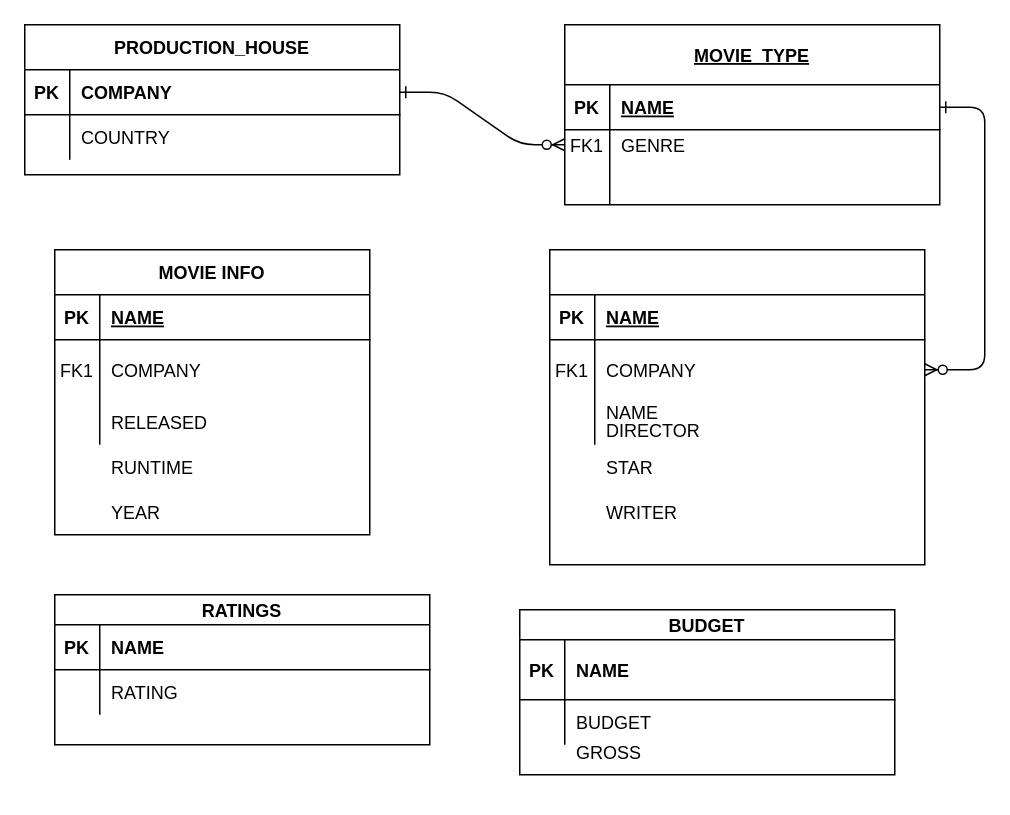
The draw.io diagram Untitled Diagram.drawio in ashlesha10/66daysofdata, before the edit. Source tidied: cells renumbered, new cells numbered last; positions are measured from the earlier drawing's top-left corner, leaving out a move shared by most shapes. Both pictures are drawn from the tidied source at 150%, with x=0, y=0 at pixel (24, 24).
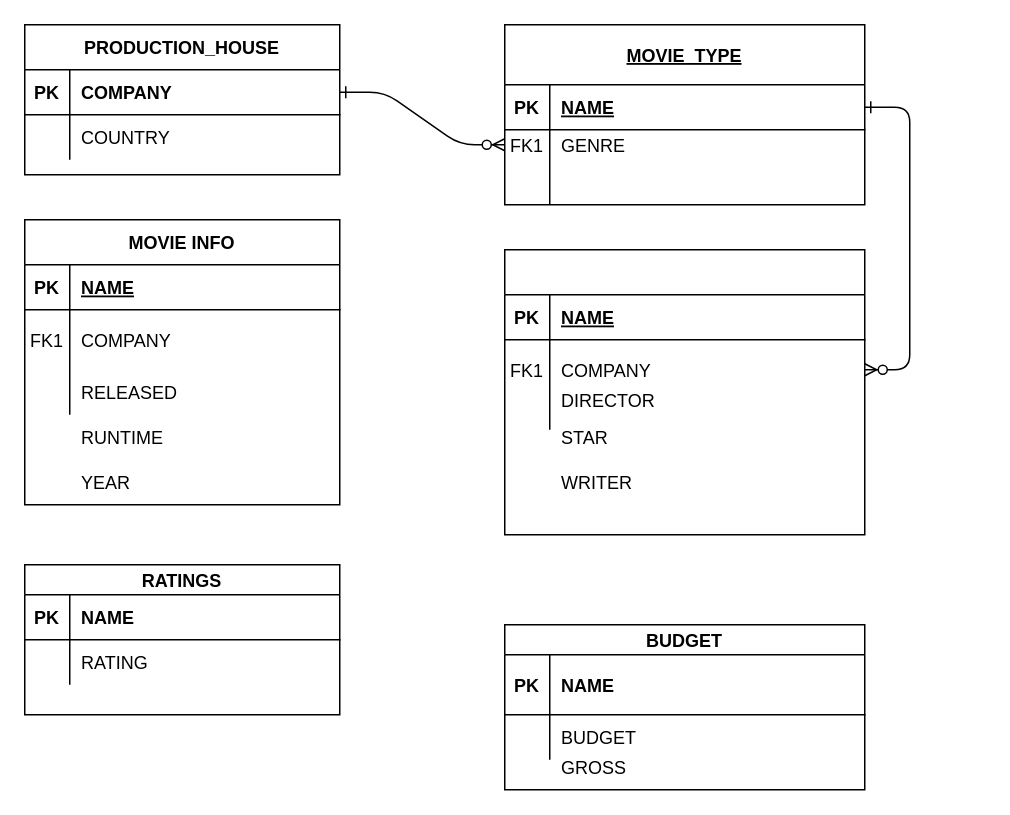
After the change.

What changed in the source:
```diff
@@
     <mxCell id="4" value="MOVIE_TYPE" style="shape=table;startSize=40;childLayout=tableLayout;rowLines=0;fontStyle=5;align=center;" parent="1" vertex="1">
-      <mxGeometry x="360" width="250" height="120" as="geometry" />
+      <mxGeometry x="320" width="240" height="120" as="geometry" />
     </mxCell>
     <mxCell id="5" style="shape=partialRectangle;fillColor=none;points=[[0,0.5],[1,0.5]];portConstraint=eastwest;top=0;left=0;right=0;bottom=1;" parent="4" vertex="1">
-      <mxGeometry y="40" width="250" height="30" as="geometry" />
+      <mxGeometry y="40" width="240" height="30" as="geometry" />
     </mxCell>
@@
     <mxCell id="7" value="NAME" style="shape=partialRectangle;overflow=hidden;fillColor=none;top=0;left=0;bottom=0;right=0;align=left;spacingLeft=6;fontStyle=5;" parent="5" vertex="1">
-      <mxGeometry x="30" width="220" height="30" as="geometry" />
+      <mxGeometry x="30" width="210" height="30" as="geometry" />
     </mxCell>
     <mxCell id="8" style="shape=partialRectangle;fillColor=none;points=[[0,0.5],[1,0.5]];portConstraint=eastwest;top=0;left=0;right=0;bottom=0;" parent="4" vertex="1">
-      <mxGeometry y="70" width="250" height="20" as="geometry" />
+      <mxGeometry y="70" width="240" height="20" as="geometry" />
     </mxCell>
@@
     <mxCell id="10" value="GENRE" style="shape=partialRectangle;overflow=hidden;fillColor=none;top=0;left=0;bottom=0;right=0;align=left;spacingLeft=6;" parent="8" vertex="1">
-      <mxGeometry x="30" width="220" height="20" as="geometry" />
+      <mxGeometry x="30" width="210" height="20" as="geometry" />
     </mxCell>
     <mxCell id="11" style="shape=partialRectangle;fillColor=none;top=0;left=0;right=0;bottom=0;" parent="4" vertex="1">
-      <mxGeometry y="90" width="250" height="30" as="geometry" />
+      <mxGeometry y="90" width="240" height="30" as="geometry" />
     </mxCell>
@@
     <mxCell id="13" style="shape=partialRectangle;overflow=hidden;fillColor=none;top=0;left=0;bottom=0;right=0;align=left;spacingLeft=6;" parent="11" vertex="1">
-      <mxGeometry x="30" width="220" height="30" as="geometry" />
+      <mxGeometry x="30" width="210" height="30" as="geometry" />
     </mxCell>
     <mxCell id="14" style="shape=table;startSize=30;childLayout=tableLayout;rowLines=0;fontStyle=1;align=center;" parent="1" vertex="1">
-      <mxGeometry x="350" y="150" width="250" height="210" as="geometry" />
+      <mxGeometry x="320" y="150" width="240" height="190" as="geometry" />
     </mxCell>
     <mxCell id="15" style="shape=partialRectangle;fillColor=none;top=0;left=0;right=0;bottom=1;" parent="14" vertex="1">
-      <mxGeometry y="30" width="250" height="30" as="geometry" />
+      <mxGeometry y="30" width="240" height="30" as="geometry" />
     </mxCell>
@@
     <mxCell id="17" value="NAME" style="shape=partialRectangle;overflow=hidden;fillColor=none;top=0;left=0;bottom=0;right=0;align=left;spacingLeft=6;fontStyle=5;" parent="15" vertex="1">
-      <mxGeometry x="30" width="220" height="30" as="geometry" />
+      <mxGeometry x="30" width="210" height="30" as="geometry" />
     </mxCell>
     <mxCell id="18" style="shape=partialRectangle;fillColor=none;points=[[0,0.5],[1,0.5]];portConstraint=eastwest;top=0;left=0;right=0;bottom=0;" parent="14" vertex="1">
-      <mxGeometry y="60" width="250" height="40" as="geometry" />
+      <mxGeometry y="60" width="240" height="40" as="geometry" />
     </mxCell>
@@
     <mxCell id="20" value="COMPANY" style="shape=partialRectangle;overflow=hidden;fillColor=none;top=0;left=0;bottom=0;right=0;align=left;spacingLeft=6;" parent="18" vertex="1">
-      <mxGeometry x="30" width="220" height="40" as="geometry" />
+      <mxGeometry x="30" width="210" height="40" as="geometry" />
     </mxCell>
     <mxCell id="21" style="shape=partialRectangle;fillColor=none;top=0;left=0;right=0;bottom=0;" parent="14" vertex="1">
-      <mxGeometry y="100" width="250" height="30" as="geometry" />
+      <mxGeometry y="100" width="240" height="20" as="geometry" />
     </mxCell>
     <mxCell id="22" style="shape=partialRectangle;overflow=hidden;fillColor=none;top=0;left=0;bottom=0;right=0;" parent="21" vertex="1">
-      <mxGeometry width="30" height="30" as="geometry" />
+      <mxGeometry width="30" height="20" as="geometry" />
     </mxCell>
-    <mxCell id="23" value="NAME&#10;" style="shape=partialRectangle;overflow=hidden;fillColor=none;top=0;left=0;bottom=0;right=0;align=left;spacingLeft=6;" parent="21" vertex="1">
-      <mxGeometry x="30" width="220" height="30" as="geometry" />
+    <mxCell id="23" style="shape=partialRectangle;overflow=hidden;fillColor=none;top=0;left=0;bottom=0;right=0;align=left;spacingLeft=6;" parent="21" vertex="1">
+      <mxGeometry x="30" width="210" height="20" as="geometry" />
     </mxCell>
     <mxCell id="24" value="PRODUCTION_HOUSE" style="shape=table;startSize=30;childLayout=tableLayout;rowLines=0;fontStyle=1;align=center;" parent="1" vertex="1">
-      <mxGeometry width="250" height="100" as="geometry" />
+      <mxGeometry width="210" height="100" as="geometry" />
     </mxCell>
     <mxCell id="25" style="shape=partialRectangle;fillColor=none;points=[[0,0.5],[1,0.5]];portConstraint=eastwest;top=0;left=0;right=0;bottom=1;" parent="24" vertex="1">
-      <mxGeometry y="30" width="250" height="30" as="geometry" />
+      <mxGeometry y="30" width="210" height="30" as="geometry" />
     </mxCell>
@@
     <mxCell id="27" value="COMPANY" style="shape=partialRectangle;overflow=hidden;fillColor=none;top=0;left=0;bottom=0;right=0;align=left;spacingLeft=6;fontStyle=1;" parent="25" vertex="1">
-      <mxGeometry x="30" width="220" height="30" as="geometry" />
+      <mxGeometry x="30" width="180" height="30" as="geometry" />
     </mxCell>
     <mxCell id="28" style="shape=partialRectangle;fillColor=none;top=0;left=0;right=0;bottom=0;" parent="24" vertex="1">
-      <mxGeometry y="60" width="250" height="30" as="geometry" />
+      <mxGeometry y="60" width="210" height="30" as="geometry" />
     </mxCell>
@@
     <mxCell id="30" value="COUNTRY" style="shape=partialRectangle;overflow=hidden;fillColor=none;top=0;left=0;bottom=0;right=0;align=left;spacingLeft=6;" parent="28" vertex="1">
-      <mxGeometry x="30" width="220" height="30" as="geometry" />
+      <mxGeometry x="30" width="180" height="30" as="geometry" />
     </mxCell>
     <mxCell id="31" value="DIRECTOR" style="shape=partialRectangle;overflow=hidden;fillColor=none;top=0;left=0;bottom=0;right=0;align=left;spacingLeft=6;" parent="1" vertex="1">
-      <mxGeometry x="380" y="255" width="230" height="30" as="geometry" />
+      <mxGeometry x="350" y="235" width="230" height="30" as="geometry" />
     </mxCell>
     <mxCell id="32" value="STAR" style="shape=partialRectangle;overflow=hidden;fillColor=none;top=0;left=0;bottom=0;right=0;align=left;spacingLeft=6;" parent="1" vertex="1">
-      <mxGeometry x="380" y="280" width="230" height="30" as="geometry" />
+      <mxGeometry x="350" y="260" width="230" height="30" as="geometry" />
     </mxCell>
     <mxCell id="33" value="WRITER" style="shape=partialRectangle;overflow=hidden;fillColor=none;top=0;left=0;bottom=0;right=0;align=left;spacingLeft=6;" parent="1" vertex="1">
-      <mxGeometry x="380" y="310" width="230" height="30" as="geometry" />
+      <mxGeometry x="350" y="290" width="230" height="30" as="geometry" />
     </mxCell>
     <mxCell id="34" value="MOVIE INFO" style="shape=table;startSize=30;childLayout=tableLayout;rowLines=0;fontStyle=1;align=center;" parent="1" vertex="1">
-      <mxGeometry x="20" y="150" width="210" height="190" as="geometry" />
+      <mxGeometry y="130" width="210" height="190" as="geometry" />
     </mxCell>
@@
     <mxCell id="44" value="RUNTIME" style="shape=partialRectangle;overflow=hidden;fillColor=none;top=0;left=0;bottom=0;right=0;align=left;spacingLeft=6;" parent="1" vertex="1">
-      <mxGeometry x="50" y="280" width="220" height="30" as="geometry" />
+      <mxGeometry x="30" y="260" width="220" height="30" as="geometry" />
     </mxCell>
     <mxCell id="45" value="YEAR" style="shape=partialRectangle;overflow=hidden;fillColor=none;top=0;left=0;bottom=0;right=0;align=left;spacingLeft=6;" parent="1" vertex="1">
-      <mxGeometry x="50" y="310" width="220" height="30" as="geometry" />
+      <mxGeometry x="30" y="290" width="220" height="30" as="geometry" />
     </mxCell>
     <mxCell id="46" value="RATINGS" style="shape=table;startSize=20;childLayout=tableLayout;rowLines=0;fontStyle=1;align=center;" parent="1" vertex="1">
-      <mxGeometry x="20" y="380" width="250" height="100" as="geometry" />
+      <mxGeometry y="360" width="210" height="100" as="geometry" />
     </mxCell>
     <mxCell id="47" style="shape=partialRectangle;fillColor=none;top=0;left=0;right=0;bottom=1;" parent="46" vertex="1">
-      <mxGeometry y="20" width="250" height="30" as="geometry" />
+      <mxGeometry y="20" width="210" height="30" as="geometry" />
     </mxCell>
@@
     <mxCell id="49" value="NAME" style="shape=partialRectangle;overflow=hidden;fillColor=none;top=0;left=0;bottom=0;right=0;align=left;spacingLeft=6;fontStyle=1;" parent="47" vertex="1">
-      <mxGeometry x="30" width="220" height="30" as="geometry" />
+      <mxGeometry x="30" width="180" height="30" as="geometry" />
     </mxCell>
     <mxCell id="50" style="shape=partialRectangle;fillColor=none;top=0;left=0;right=0;bottom=0;" parent="46" vertex="1">
-      <mxGeometry y="50" width="250" height="30" as="geometry" />
+      <mxGeometry y="50" width="210" height="30" as="geometry" />
     </mxCell>
@@
     <mxCell id="52" value="RATING" style="shape=partialRectangle;overflow=hidden;fillColor=none;top=0;left=0;bottom=0;right=0;align=left;spacingLeft=6;" parent="50" vertex="1">
-      <mxGeometry x="30" width="220" height="30" as="geometry" />
+      <mxGeometry x="30" width="180" height="30" as="geometry" />
     </mxCell>
     <mxCell id="53" value="BUDGET" style="shape=table;startSize=20;childLayout=tableLayout;rowLines=0;fontStyle=1;align=center;" parent="1" vertex="1">
-      <mxGeometry x="330" y="390" width="250" height="110" as="geometry" />
+      <mxGeometry x="320" y="400" width="240" height="110" as="geometry" />
     </mxCell>
     <mxCell id="54" style="shape=partialRectangle;fillColor=none;top=0;left=0;right=0;bottom=1;" parent="53" vertex="1">
-      <mxGeometry y="20" width="250" height="40" as="geometry" />
+      <mxGeometry y="20" width="240" height="40" as="geometry" />
     </mxCell>
@@
     <mxCell id="56" value="NAME" style="shape=partialRectangle;overflow=hidden;fillColor=none;top=0;left=0;bottom=0;right=0;align=left;spacingLeft=6;fontStyle=1;" parent="54" vertex="1">
-      <mxGeometry x="30" width="220" height="40" as="geometry" />
+      <mxGeometry x="30" width="210" height="40" as="geometry" />
     </mxCell>
     <mxCell id="57" style="shape=partialRectangle;fillColor=none;top=0;left=0;right=0;bottom=0;" parent="53" vertex="1">
-      <mxGeometry y="60" width="250" height="30" as="geometry" />
+      <mxGeometry y="60" width="240" height="30" as="geometry" />
     </mxCell>
@@
     <mxCell id="59" value="BUDGET" style="shape=partialRectangle;overflow=hidden;fillColor=none;top=0;left=0;bottom=0;right=0;align=left;spacingLeft=6;" parent="57" vertex="1">
-      <mxGeometry x="30" width="220" height="30" as="geometry" />
+      <mxGeometry x="30" width="210" height="30" as="geometry" />
     </mxCell>
     <mxCell id="60" value="GROSS" style="shape=partialRectangle;overflow=hidden;fillColor=none;top=0;left=0;bottom=0;right=0;align=left;spacingLeft=6;" parent="1" vertex="1">
-      <mxGeometry x="360" y="470" width="220" height="30" as="geometry" />
+      <mxGeometry x="350" y="480" width="170" height="30" as="geometry" />
     </mxCell>
```
